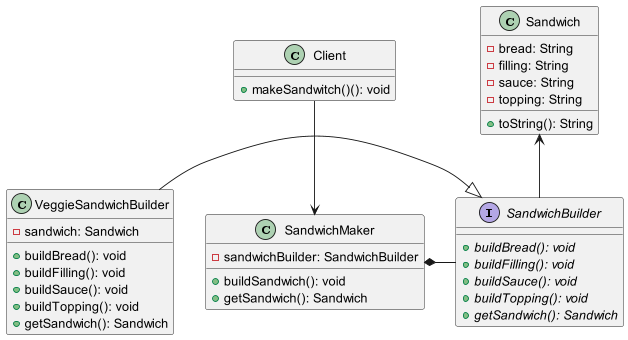
The PlantUML diagram creational/builder/builder-uml.png in ahmedyoussof/java-design-patterns, before a commit.
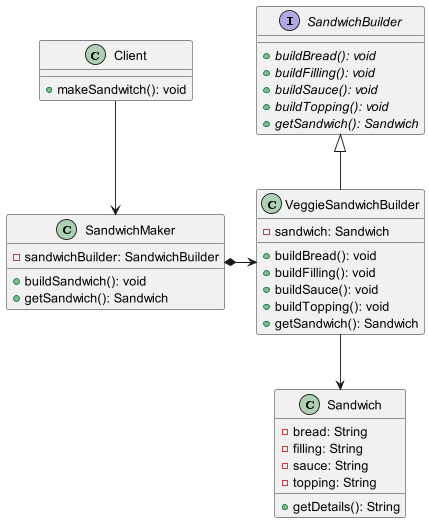
After the change.

Commit message:
add builder pattern

The edit, as a diff of the source:
```diff
@@ -1,12 +1,4 @@
 @startuml
-
-class Sandwich {
-  -bread: String
-  -filling: String
-  -sauce: String
-  -topping: String
-  +toString(): String
-}
 
 interface SandwichBuilder {
   {abstract} +buildBread(): void
@@ -14,6 +6,14 @@
   {abstract} +buildSauce(): void
   {abstract} +buildTopping(): void
   {abstract} +getSandwich(): Sandwich
+}
+
+class Sandwich {
+  -bread: String
+  -filling: String
+  -sauce: String
+  -topping: String
+  +getDetails(): String
 }
 
 class VeggieSandwichBuilder {
@@ -32,12 +32,13 @@
 }
 
 class Client {
-  +makeSandwitch()(): void
+  +makeSandwitch(): void
 }
 
-Sandwich <-- SandwichBuilder
-VeggieSandwichBuilder -|> SandwichBuilder
-SandwichMaker *- SandwichBuilder
 Client --> SandwichMaker
+SandwichMaker *-> VeggieSandwichBuilder
+VeggieSandwichBuilder --> Sandwich
+SandwichBuilder <|-- VeggieSandwichBuilder
+
 
 @enduml
```
